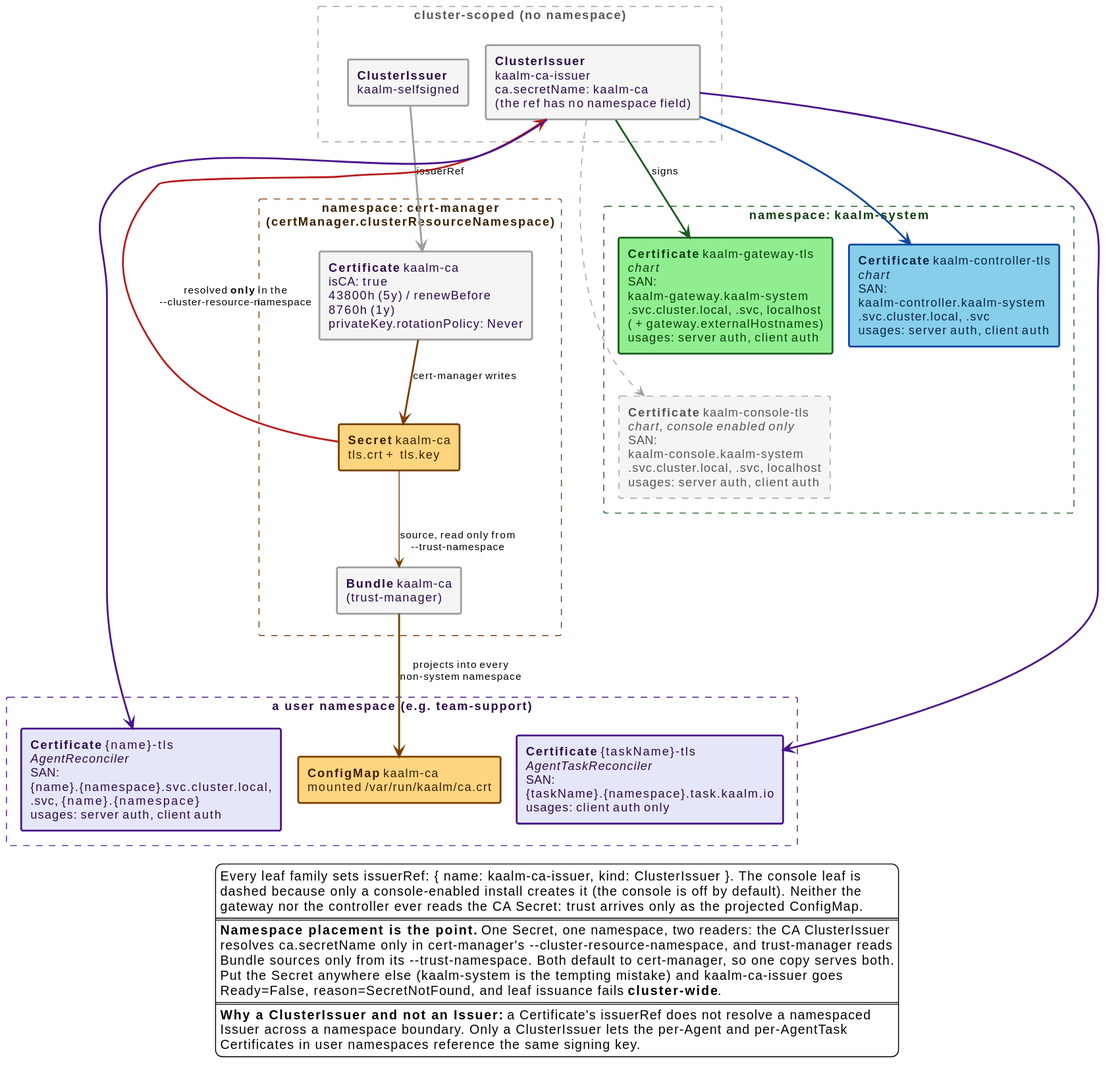
Before: docs/src/diagrams/trust-chain.svg, a diagram exported from PlantUML (win07xp/kaalm).
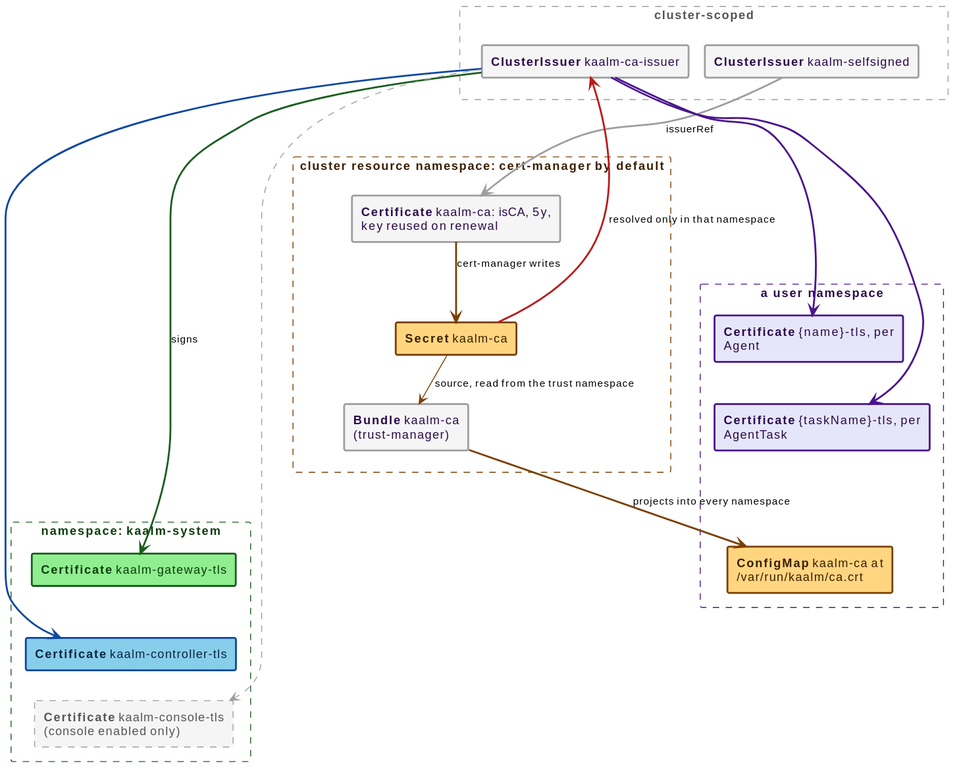
The same diagram one commit later.

Change to the diagram source:
```diff
@@ -1,68 +1,44 @@
 @startuml
 !include _style.puml
-
 skinparam nodesep 18
 skinparam ranksep 32
 skinparam rectangle {
   roundCorner 4
 }
-
-rectangle "cluster-scoped (no namespace)" as band #line:9E9E9E;line.dashed;text:555555 {
-  rectangle "**ClusterIssuer**\nkaalm-selfsigned" as selfsigned #back:F5F5F5;line:9E9E9E;line.bold;text:2a0a4a
-  rectangle "**ClusterIssuer**\nkaalm-ca-issuer\nca.secretName: kaalm-ca\n(the ref has no namespace field)" as caissuer #back:F5F5F5;line:9E9E9E;line.bold;text:2a0a4a
+rectangle "cluster-scoped" as band #line:9E9E9E;line.dashed;text:555555 {
+  rectangle "**ClusterIssuer** kaalm-selfsigned" as selfsigned #back:F5F5F5;line:9E9E9E;line.bold;text:2a0a4a
+  rectangle "**ClusterIssuer** kaalm-ca-issuer" as caissuer #back:F5F5F5;line:9E9E9E;line.bold;text:2a0a4a
 }
-
-rectangle "namespace: **cert-manager**\n(certManager.clusterResourceNamespace)" as nscm #line:7a3f00;line.dashed;text:3a1f00 {
-  rectangle "**Certificate** kaalm-ca\nisCA: true\n43800h (5y) / renewBefore 8760h (1y)\nprivateKey.rotationPolicy: Never" as cacert #back:F5F5F5;line:9E9E9E;line.bold;text:2a0a4a
-  rectangle "**Secret** kaalm-ca\ntls.crt + tls.key" as casecret #back:FFD580;line:7a3f00;line.bold;text:3a1f00
-  rectangle "**Bundle** kaalm-ca\n(trust-manager)" as bundle #back:F5F5F5;line:9E9E9E;line.bold;text:2a0a4a
+rectangle "cluster resource namespace: **cert-manager** by default" as nscm #line:7a3f00;line.dashed;text:3a1f00 {
+  rectangle "**Certificate** kaalm-ca: isCA, 5y, key reused on renewal" as cacert #back:F5F5F5;line:9E9E9E;line.bold;text:2a0a4a
+  rectangle "**Secret** kaalm-ca" as casecret #back:FFD580;line:7a3f00;line.bold;text:3a1f00
+  rectangle "**Bundle** kaalm-ca (trust-manager)" as bundle #back:F5F5F5;line:9E9E9E;line.bold;text:2a0a4a
 }
-
 rectangle "namespace: **kaalm-system**" as nssys #line:1B5E20;line.dashed;text:0b3d0b {
-  rectangle "**Certificate** kaalm-gateway-tls //chart//\nSAN: kaalm-gateway.kaalm-system\n.svc.cluster.local, .svc, localhost\n(+ gateway.externalHostnames)\nusages: server auth, client auth" as gwtls #back:90EE90;line:1B5E20;line.bold;text:0b3d0b
-  rectangle "**Certificate** kaalm-controller-tls //chart//\nSAN: kaalm-controller.kaalm-system\n.svc.cluster.local, .svc\nusages: server auth, client auth" as ctrltls #back:87CEEB;line:0D47A1;line.bold;text:0a2540
-  rectangle "**Certificate** kaalm-console-tls\n//chart, console enabled only//\nSAN: kaalm-console.kaalm-system\n.svc.cluster.local, .svc, localhost\nusages: server auth, client auth" as consoletls #back:F5F5F5;line:9E9E9E;line.dashed;text:555555
+  rectangle "**Certificate** kaalm-gateway-tls" as gwtls #back:90EE90;line:1B5E20;line.bold;text:0b3d0b
+  rectangle "**Certificate** kaalm-controller-tls" as ctrltls #back:87CEEB;line:0D47A1;line.bold;text:0a2540
+  rectangle "**Certificate** kaalm-console-tls (console enabled only)" as consoletls #back:F5F5F5;line:9E9E9E;line.dashed;text:555555
 }
-
-rectangle "a user namespace (e.g. team-support)" as nsuser #line:4A148C;line.dashed;text:2a0a4a {
-  rectangle "**Certificate** {name}-tls //AgentReconciler//\nSAN: {name}.{namespace}.svc.cluster.local,\n.svc, {name}.{namespace}\nusages: server auth, client auth" as agenttls #back:E6E6FA;line:4A148C;line.bold;text:2a0a4a
-  rectangle "**Certificate** {taskName}-tls //AgentTaskReconciler//\nSAN: {taskName}.{namespace}.task.kaalm.io\nusages: client auth only" as tasktls #back:E6E6FA;line:4A148C;line.bold;text:2a0a4a
-  rectangle "**ConfigMap** kaalm-ca\nmounted /var/run/kaalm/ca.crt" as cacm #back:FFD580;line:7a3f00;line.bold;text:3a1f00
+rectangle "a user namespace" as nsuser #line:4A148C;line.dashed;text:2a0a4a {
+  rectangle "**Certificate** {name}-tls, per Agent" as agenttls #back:E6E6FA;line:4A148C;line.bold;text:2a0a4a
+  rectangle "**Certificate** {taskName}-tls, per AgentTask" as tasktls #back:E6E6FA;line:4A148C;line.bold;text:2a0a4a
+  rectangle "**ConfigMap** kaalm-ca at /var/run/kaalm/ca.crt" as cacm #back:FFD580;line:7a3f00;line.bold;text:3a1f00
 }
-
 selfsigned -[#9E9E9E,bold]-> cacert : issuerRef
 cacert -[#7a3f00,bold]-> casecret : cert-manager writes
-casecret -[#B71C1C,bold]-> caissuer : resolved **only** in the\n--cluster-resource-namespace
-
+casecret -[#B71C1C,bold]-> caissuer : resolved only in that namespace
 caissuer -[#1B5E20,bold]-> gwtls : signs
 caissuer -[#0D47A1,bold]-> ctrltls
 caissuer -[#9E9E9E,dashed]-> consoletls
 caissuer -[#4A148C,bold]-> agenttls
 caissuer -[#4A148C,bold]-> tasktls
-
-casecret -[#7a3f00]-> bundle : source, read only from\n--trust-namespace
-bundle -[#7a3f00,bold]-> cacm : projects into every\nnon-system namespace
-
-legend bottom
-  Every leaf family sets issuerRef: { name: kaalm-ca-issuer, kind: ClusterIssuer }. The console leaf is
-  dashed because only a console-enabled install creates it (the console is off by default). Neither the
-  gateway nor the controller ever reads the CA Secret: trust arrives only as the projected ConfigMap.
-  ====
-  **Namespace placement is the point.** One Secret, one namespace, two readers: the CA ClusterIssuer
-  resolves ca.secretName only in cert-manager's --cluster-resource-namespace, and trust-manager reads
-  Bundle sources only from its --trust-namespace. Both default to cert-manager, so one copy serves both.
-  Put the Secret anywhere else (kaalm-system is the tempting mistake) and kaalm-ca-issuer goes
-  Ready=False, reason=SecretNotFound, and leaf issuance fails **cluster-wide**.
-  ====
-  **Why a ClusterIssuer and not an Issuer:** a Certificate's issuerRef does not resolve a namespaced
-  Issuer across a namespace boundary. Only a ClusterIssuer lets the per-Agent and per-AgentTask
-  Certificates in user namespaces reference the same signing key.
-endlegend
-
+casecret -[#7a3f00]-> bundle : source, read from the trust namespace
+bundle -[#7a3f00,bold]-> cacm : projects into every namespace
 band -[hidden]down- nscm
+bundle -[hidden]down- gwtls
 selfsigned -[hidden]right- caissuer
-gwtls -[hidden]right- ctrltls
-gwtls -[hidden]down- consoletls
-agenttls -[hidden]right- cacm
-cacm -[hidden]right- tasktls
+gwtls -[hidden]down- ctrltls
+ctrltls -[hidden]down- consoletls
+agenttls -[hidden]down- tasktls
+tasktls -[hidden]down- cacm
 @enduml
```
